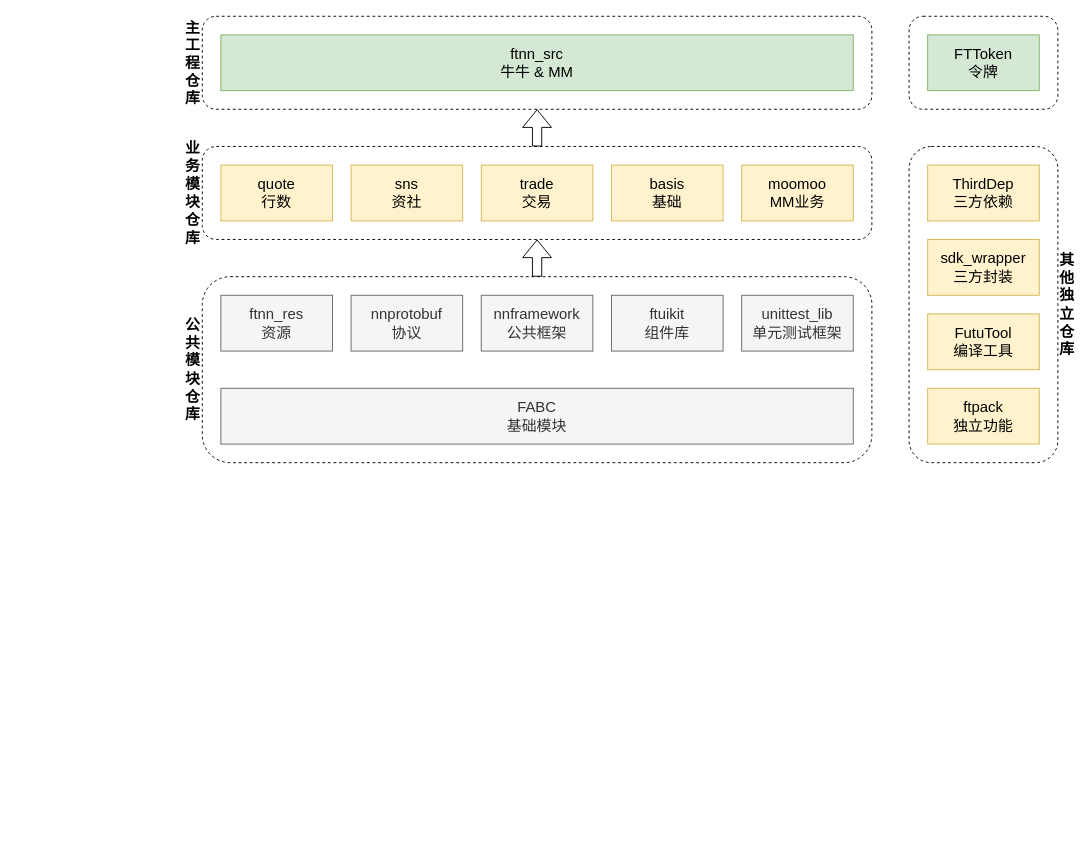
Before: Android开发流程文档.drawio in Cmdone/Draw.io, a draw.io diagram. Source tidied: cells renumbered, new cells numbered last; positions are measured from the earlier drawing's top-left corner, leaving out a move shared by most shapes. Both pictures are drawn from the tidied source at 93%, with x=0, y=0 at pixel (183, 16).
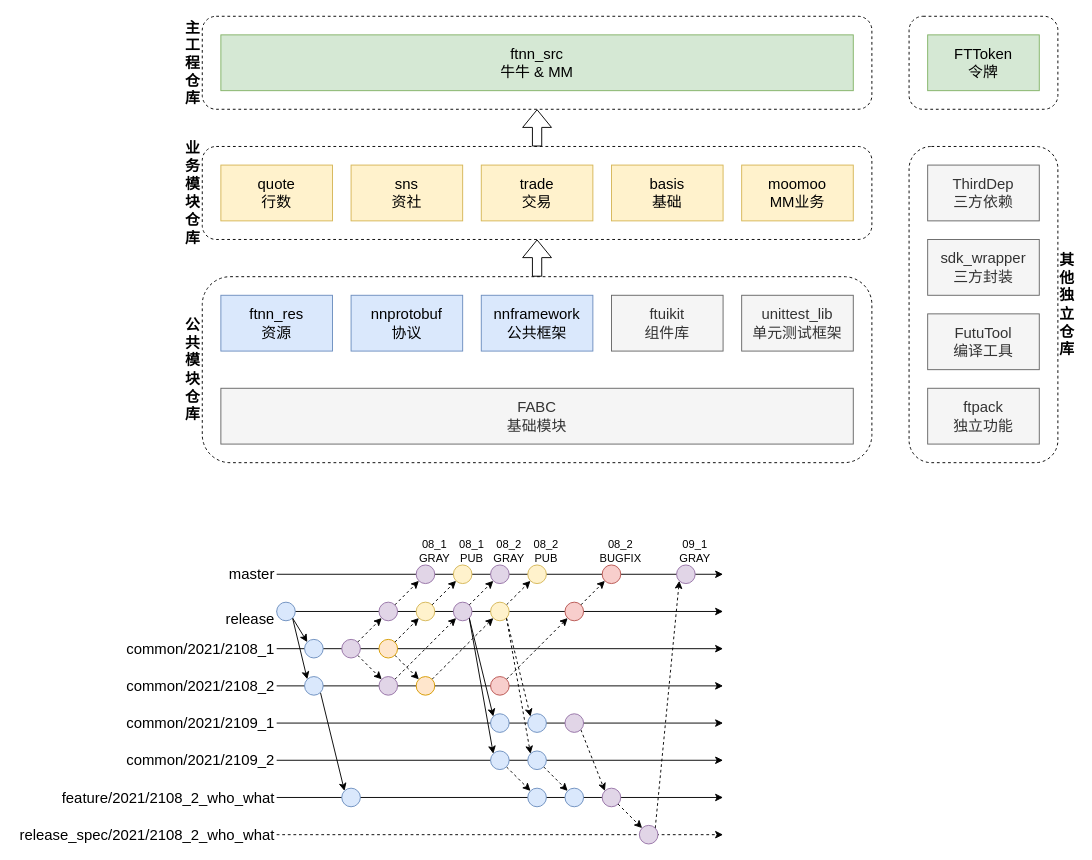
Above is the later version.

Commit message (it also covers changes not shown here):
Update Android开发流程文档.drawio

Diff of the diagram source:
```diff
@@
-    <mxCell id="14" value="ftnn_res&lt;br&gt;资源" style="rounded=0;whiteSpace=wrap;html=1;fontSize=16;fillColor=#f5f5f5;align=center;strokeColor=#666666;fontColor=#333333;" parent="1" vertex="1">
+    <mxCell id="14" value="ftnn_res&lt;br&gt;资源" style="rounded=0;whiteSpace=wrap;html=1;fontSize=16;fillColor=#dae8fc;align=center;strokeColor=#6c8ebf;" parent="1" vertex="1">
       <mxGeometry x="40" y="300" width="120" height="60" as="geometry" />
     </mxCell>
-    <mxCell id="15" value="nnprotobuf&lt;br&gt;协议" style="rounded=0;whiteSpace=wrap;html=1;fontSize=16;fillColor=#f5f5f5;align=center;strokeColor=#666666;fontColor=#333333;" parent="1" vertex="1">
+    <mxCell id="15" value="nnprotobuf&lt;br&gt;协议" style="rounded=0;whiteSpace=wrap;html=1;fontSize=16;fillColor=#dae8fc;align=center;strokeColor=#6c8ebf;" parent="1" vertex="1">
       <mxGeometry x="180" y="300" width="120" height="60" as="geometry" />
     </mxCell>
-    <mxCell id="16" value="nnframework&lt;br&gt;公共框架" style="rounded=0;whiteSpace=wrap;html=1;fontSize=16;fillColor=#f5f5f5;align=center;strokeColor=#666666;fontColor=#333333;" parent="1" vertex="1">
+    <mxCell id="16" value="nnframework&lt;br&gt;公共框架" style="rounded=0;whiteSpace=wrap;html=1;fontSize=16;fillColor=#dae8fc;align=center;strokeColor=#6c8ebf;" parent="1" vertex="1">
       <mxGeometry x="320" y="300" width="120" height="60" as="geometry" />
     </mxCell>
@@
-    <mxCell id="25" value="ThirdDep&lt;br&gt;三方依赖" style="rounded=0;whiteSpace=wrap;html=1;fontSize=16;fillColor=#fff2cc;align=center;strokeColor=#d6b656;" parent="1" vertex="1">
+    <mxCell id="25" value="ThirdDep&lt;br&gt;三方依赖" style="rounded=0;whiteSpace=wrap;html=1;fontSize=16;fillColor=#f5f5f5;align=center;strokeColor=#666666;fontColor=#333333;" parent="1" vertex="1">
       <mxGeometry x="800" y="160" width="120" height="60" as="geometry" />
     </mxCell>
-    <mxCell id="26" value="sdk_wrapper&lt;br&gt;三方封装" style="rounded=0;whiteSpace=wrap;html=1;fontSize=16;fillColor=#fff2cc;align=center;strokeColor=#d6b656;" parent="1" vertex="1">
+    <mxCell id="26" value="sdk_wrapper&lt;br&gt;三方封装" style="rounded=0;whiteSpace=wrap;html=1;fontSize=16;fillColor=#f5f5f5;align=center;strokeColor=#666666;fontColor=#333333;" parent="1" vertex="1">
       <mxGeometry x="800" y="240" width="120" height="60" as="geometry" />
     </mxCell>
-    <mxCell id="27" value="FutuTool&lt;br&gt;编译工具" style="rounded=0;whiteSpace=wrap;html=1;fontSize=16;fillColor=#fff2cc;align=center;strokeColor=#d6b656;" parent="1" vertex="1">
+    <mxCell id="27" value="FutuTool&lt;br&gt;编译工具" style="rounded=0;whiteSpace=wrap;html=1;fontSize=16;fillColor=#f5f5f5;align=center;strokeColor=#666666;fontColor=#333333;" parent="1" vertex="1">
       <mxGeometry x="800" y="320" width="120" height="60" as="geometry" />
     </mxCell>
-    <mxCell id="28" value="ftpack&lt;br&gt;独立功能" style="rounded=0;whiteSpace=wrap;html=1;fontSize=16;fillColor=#fff2cc;align=center;strokeColor=#d6b656;" parent="1" vertex="1">
+    <mxCell id="28" value="ftpack&lt;br&gt;独立功能" style="rounded=0;whiteSpace=wrap;html=1;fontSize=16;fillColor=#f5f5f5;align=center;strokeColor=#666666;fontColor=#333333;" parent="1" vertex="1">
       <mxGeometry x="800" y="400" width="120" height="60" as="geometry" />
     </mxCell>
@@
+    <mxCell id="30" style="endArrow=classic;html=1;fontSize=16;" parent="1" edge="1">
+      <mxGeometry relative="1" as="geometry">
+        <mxPoint x="100" y="600" as="sourcePoint" />
+        <mxPoint x="580" y="600" as="targetPoint" />
+      </mxGeometry>
+    </mxCell>
+    <mxCell id="31" value="master" style="text;html=1;strokeColor=none;fillColor=none;align=right;verticalAlign=middle;whiteSpace=wrap;rounded=0;fontSize=16;" parent="1" vertex="1">
+      <mxGeometry x="-20" y="590" width="120" height="20" as="geometry" />
+    </mxCell>
+    <mxCell id="32" value="release" style="text;html=1;strokeColor=none;fillColor=none;align=right;verticalAlign=middle;whiteSpace=wrap;rounded=0;fontSize=16;" parent="1" vertex="1">
+      <mxGeometry x="-20" y="630" width="120" height="35" as="geometry" />
+    </mxCell>
+    <mxCell id="33" style="edgeStyle=none;rounded=0;jettySize=auto;html=1;fontSize=16;" parent="32" edge="1" target="32">
+      <mxGeometry relative="1" as="geometry">
+        <mxPoint x="120" y="28.8" as="sourcePoint" />
+      </mxGeometry>
+    </mxCell>
+    <mxCell id="34" style="endArrow=classic;html=1;fontSize=16;" parent="1" edge="1">
+      <mxGeometry relative="1" as="geometry">
+        <mxPoint x="100" y="640" as="sourcePoint" />
+        <mxPoint x="580" y="640" as="targetPoint" />
+      </mxGeometry>
+    </mxCell>
+    <mxCell id="35" value="release_spec/2021/2108_2_who_what" style="text;html=1;strokeColor=none;fillColor=none;align=right;verticalAlign=middle;whiteSpace=wrap;rounded=0;fontSize=16;" parent="1" vertex="1">
+      <mxGeometry x="-180" y="870" width="280" height="20" as="geometry" />
+    </mxCell>
+    <mxCell id="36" style="endArrow=classic;html=1;fontSize=16;dashed=1;" parent="1" edge="1">
+      <mxGeometry relative="1" as="geometry">
+        <mxPoint x="100" y="880" as="sourcePoint" />
+        <mxPoint x="580" y="880" as="targetPoint" />
+      </mxGeometry>
+    </mxCell>
+    <mxCell id="37" value="common/2021/2108_1" style="text;html=1;strokeColor=none;fillColor=none;align=right;verticalAlign=middle;whiteSpace=wrap;rounded=0;fontSize=16;" parent="1" vertex="1">
+      <mxGeometry x="-100" y="670" width="200" height="20" as="geometry" />
+    </mxCell>
+    <mxCell id="38" style="endArrow=classic;html=1;fontSize=16;" parent="1" edge="1">
+      <mxGeometry relative="1" as="geometry">
+        <mxPoint x="100" y="680" as="sourcePoint" />
+        <mxPoint x="580" y="680" as="targetPoint" />
+      </mxGeometry>
+    </mxCell>
+    <mxCell id="39" value="common/2021/2108_2" style="text;html=1;strokeColor=none;fillColor=none;align=right;verticalAlign=middle;whiteSpace=wrap;rounded=0;fontSize=16;" parent="1" vertex="1">
+      <mxGeometry x="-100" y="710" width="200" height="20" as="geometry" />
+    </mxCell>
+    <mxCell id="40" style="endArrow=classic;html=1;fontSize=16;" parent="1" edge="1">
+      <mxGeometry relative="1" as="geometry">
+        <mxPoint x="100" y="720" as="sourcePoint" />
+        <mxPoint x="580" y="720" as="targetPoint" />
+      </mxGeometry>
+    </mxCell>
+    <mxCell id="41" style="rounded=0;jettySize=auto;html=1;exitX=1;exitY=1;exitDx=0;exitDy=0;entryX=0;entryY=0;entryDx=0;entryDy=0;fontSize=16;" parent="1" edge="1" source="43" target="44">
+      <mxGeometry relative="1" as="geometry" />
+    </mxCell>
+    <mxCell id="42" style="edgeStyle=none;rounded=0;jettySize=auto;html=1;exitX=1;exitY=1;exitDx=0;exitDy=0;entryX=0;entryY=0;entryDx=0;entryDy=0;fontSize=16;" parent="1" edge="1" source="43" target="46">
+      <mxGeometry relative="1" as="geometry" />
+    </mxCell>
+    <mxCell id="43" style="ellipse;whiteSpace=wrap;html=1;fontSize=16;fillColor=#dae8fc;align=right;strokeColor=#6c8ebf;" parent="1" vertex="1">
+      <mxGeometry x="100" y="630" width="20" height="20" as="geometry" />
+    </mxCell>
+    <mxCell id="44" style="ellipse;whiteSpace=wrap;html=1;fontSize=16;fillColor=#dae8fc;align=right;strokeColor=#6c8ebf;" parent="1" vertex="1">
+      <mxGeometry x="130" y="670" width="20" height="20" as="geometry" />
+    </mxCell>
+    <mxCell id="45" style="edgeStyle=none;rounded=0;jettySize=auto;html=1;exitX=1;exitY=1;exitDx=0;exitDy=0;entryX=0;entryY=0;entryDx=0;entryDy=0;fontSize=12;" parent="1" edge="1" source="46" target="92">
+      <mxGeometry relative="1" as="geometry" />
+    </mxCell>
+    <mxCell id="46" style="ellipse;whiteSpace=wrap;html=1;fontSize=16;fillColor=#dae8fc;align=right;strokeColor=#6c8ebf;" parent="1" vertex="1">
+      <mxGeometry x="130" y="710" width="20" height="20" as="geometry" />
+    </mxCell>
+    <mxCell id="47" style="edgeStyle=none;rounded=0;jettySize=auto;html=1;exitX=1;exitY=0;exitDx=0;exitDy=0;entryX=0;entryY=1;entryDx=0;entryDy=0;fontSize=16;dashed=1;" parent="1" edge="1" source="49" target="51">
+      <mxGeometry relative="1" as="geometry" />
+    </mxCell>
+    <mxCell id="48" style="edgeStyle=none;rounded=0;jettySize=auto;html=1;exitX=1;exitY=1;exitDx=0;exitDy=0;entryX=0;entryY=0;entryDx=0;entryDy=0;dashed=1;fontSize=12;" parent="1" edge="1" source="49" target="60">
+      <mxGeometry relative="1" as="geometry" />
+    </mxCell>
+    <mxCell id="49" style="ellipse;whiteSpace=wrap;html=1;fontSize=16;fillColor=#e1d5e7;align=right;strokeColor=#9673a6;" parent="1" vertex="1">
+      <mxGeometry x="170" y="670" width="20" height="20" as="geometry" />
+    </mxCell>
+    <mxCell id="50" style="edgeStyle=none;rounded=0;jettySize=auto;html=1;exitX=1;exitY=0;exitDx=0;exitDy=0;entryX=0;entryY=1;entryDx=0;entryDy=0;fontSize=16;dashed=1;" parent="1" edge="1" source="51" target="57">
+      <mxGeometry relative="1" as="geometry" />
+    </mxCell>
+    <mxCell id="51" style="ellipse;whiteSpace=wrap;html=1;fontSize=16;fillColor=#e1d5e7;align=right;strokeColor=#9673a6;" parent="1" vertex="1">
+      <mxGeometry x="210" y="630" width="20" height="20" as="geometry" />
+    </mxCell>
+    <mxCell id="52" style="edgeStyle=none;rounded=0;jettySize=auto;html=1;exitX=1;exitY=1;exitDx=0;exitDy=0;entryX=0;entryY=0;entryDx=0;entryDy=0;dashed=1;fontSize=12;" parent="1" edge="1" source="53" target="67">
+      <mxGeometry relative="1" as="geometry" />
+    </mxCell>
+    <mxCell id="53" style="ellipse;whiteSpace=wrap;html=1;fontSize=16;fillColor=#ffe6cc;align=right;strokeColor=#d79b00;" parent="1" vertex="1">
+      <mxGeometry x="210" y="670" width="20" height="20" as="geometry" />
+    </mxCell>
+    <mxCell id="54" style="edgeStyle=none;rounded=0;jettySize=auto;html=1;exitX=1;exitY=0;exitDx=0;exitDy=0;entryX=0;entryY=1;entryDx=0;entryDy=0;fontSize=16;dashed=1;" parent="1" edge="1" source="55" target="58">
+      <mxGeometry relative="1" as="geometry" />
+    </mxCell>
+    <mxCell id="55" style="ellipse;whiteSpace=wrap;html=1;fontSize=16;fillColor=#fff2cc;align=right;strokeColor=#d6b656;" parent="1" vertex="1">
+      <mxGeometry x="250" y="630" width="20" height="20" as="geometry" />
+    </mxCell>
+    <mxCell id="56" style="edgeStyle=none;rounded=0;jettySize=auto;html=1;exitX=1;exitY=0;exitDx=0;exitDy=0;entryX=0;entryY=1;entryDx=0;entryDy=0;fontSize=16;dashed=1;" parent="1" edge="1" source="53" target="55">
+      <mxGeometry relative="1" as="geometry" />
+    </mxCell>
+    <mxCell id="57" style="ellipse;whiteSpace=wrap;html=1;fontSize=16;fillColor=#e1d5e7;align=right;strokeColor=#9673a6;" parent="1" vertex="1">
+      <mxGeometry x="250" y="590" width="20" height="20" as="geometry" />
+    </mxCell>
+    <mxCell id="58" style="ellipse;whiteSpace=wrap;html=1;fontSize=16;fillColor=#fff2cc;align=right;strokeColor=#d6b656;" parent="1" vertex="1">
+      <mxGeometry x="290" y="590" width="20" height="20" as="geometry" />
+    </mxCell>
+    <mxCell id="59" style="edgeStyle=none;rounded=0;jettySize=auto;html=1;exitX=1;exitY=0;exitDx=0;exitDy=0;entryX=0;entryY=1;entryDx=0;entryDy=0;fontSize=16;dashed=1;" parent="1" edge="1" source="60" target="64">
+      <mxGeometry relative="1" as="geometry" />
+    </mxCell>
+    <mxCell id="60" style="ellipse;whiteSpace=wrap;html=1;fontSize=16;fillColor=#e1d5e7;align=right;strokeColor=#9673a6;" parent="1" vertex="1">
+      <mxGeometry x="210" y="710" width="20" height="20" as="geometry" />
+    </mxCell>
+    <mxCell id="61" style="edgeStyle=none;rounded=0;jettySize=auto;html=1;exitX=1;exitY=0;exitDx=0;exitDy=0;entryX=0;entryY=1;entryDx=0;entryDy=0;fontSize=16;dashed=1;" parent="1" edge="1" source="64" target="65">
+      <mxGeometry relative="1" as="geometry" />
+    </mxCell>
+    <mxCell id="62" style="edgeStyle=none;rounded=0;jettySize=auto;html=1;exitX=1;exitY=1;exitDx=0;exitDy=0;entryX=0;entryY=0;entryDx=0;entryDy=0;fontSize=16;" parent="1" edge="1" source="64" target="77">
+      <mxGeometry relative="1" as="geometry" />
+    </mxCell>
+    <mxCell id="63" style="edgeStyle=none;rounded=0;jettySize=auto;html=1;exitX=1;exitY=1;exitDx=0;exitDy=0;entryX=0;entryY=0;entryDx=0;entryDy=0;fontSize=16;" parent="1" edge="1" source="64" target="79">
+      <mxGeometry relative="1" as="geometry" />
+    </mxCell>
+    <mxCell id="64" style="ellipse;whiteSpace=wrap;html=1;fontSize=16;fillColor=#e1d5e7;align=right;strokeColor=#9673a6;" parent="1" vertex="1">
+      <mxGeometry x="290" y="630" width="20" height="20" as="geometry" />
+    </mxCell>
+    <mxCell id="65" style="ellipse;whiteSpace=wrap;html=1;fontSize=16;fillColor=#e1d5e7;align=right;strokeColor=#9673a6;" parent="1" vertex="1">
+      <mxGeometry x="330" y="590" width="20" height="20" as="geometry" />
+    </mxCell>
+    <mxCell id="66" style="edgeStyle=none;rounded=0;jettySize=auto;html=1;exitX=1;exitY=0;exitDx=0;exitDy=0;entryX=0;entryY=1;entryDx=0;entryDy=0;fontSize=16;dashed=1;" parent="1" edge="1" source="67" target="71">
+      <mxGeometry relative="1" as="geometry" />
+    </mxCell>
+    <mxCell id="67" style="ellipse;whiteSpace=wrap;html=1;fontSize=16;fillColor=#ffe6cc;align=right;strokeColor=#d79b00;" parent="1" vertex="1">
+      <mxGeometry x="250" y="710" width="20" height="20" as="geometry" />
+    </mxCell>
+    <mxCell id="68" style="edgeStyle=none;rounded=0;jettySize=auto;html=1;exitX=1;exitY=0;exitDx=0;exitDy=0;entryX=0;entryY=1;entryDx=0;entryDy=0;fontSize=16;dashed=1;" parent="1" edge="1" source="71" target="72">
+      <mxGeometry relative="1" as="geometry" />
+    </mxCell>
+    <mxCell id="69" style="edgeStyle=none;rounded=0;jettySize=auto;html=1;exitX=1;exitY=1;exitDx=0;exitDy=0;entryX=0;entryY=0;entryDx=0;entryDy=0;dashed=1;fontSize=12;" parent="1" edge="1" source="71" target="94">
+      <mxGeometry relative="1" as="geometry" />
+    </mxCell>
+    <mxCell id="70" style="edgeStyle=none;rounded=0;jettySize=auto;html=1;exitX=1;exitY=1;exitDx=0;exitDy=0;entryX=0;entryY=0;entryDx=0;entryDy=0;dashed=1;fontSize=12;" parent="1" edge="1" source="71" target="96">
+      <mxGeometry relative="1" as="geometry" />
+    </mxCell>
+    <mxCell id="71" style="ellipse;whiteSpace=wrap;html=1;fontSize=16;fillColor=#fff2cc;align=right;strokeColor=#d6b656;" parent="1" vertex="1">
+      <mxGeometry x="330" y="630" width="20" height="20" as="geometry" />
+    </mxCell>
+    <mxCell id="72" style="ellipse;whiteSpace=wrap;html=1;fontSize=16;fillColor=#fff2cc;align=right;strokeColor=#d6b656;" parent="1" vertex="1">
+      <mxGeometry x="370" y="590" width="20" height="20" as="geometry" />
+    </mxCell>
+    <mxCell id="73" value="common/2021/2109_1" style="text;html=1;strokeColor=none;fillColor=none;align=right;verticalAlign=middle;whiteSpace=wrap;rounded=0;fontSize=16;" parent="1" vertex="1">
+      <mxGeometry x="-100" y="750" width="200" height="20" as="geometry" />
+    </mxCell>
+    <mxCell id="74" value="common/2021/2109_2" style="text;html=1;strokeColor=none;fillColor=none;align=right;verticalAlign=middle;whiteSpace=wrap;rounded=0;fontSize=16;" parent="1" vertex="1">
+      <mxGeometry x="-100" y="790" width="200" height="20" as="geometry" />
+    </mxCell>
+    <mxCell id="75" style="endArrow=classic;html=1;fontSize=16;" parent="1" edge="1">
+      <mxGeometry relative="1" as="geometry">
+        <mxPoint x="100" y="800" as="sourcePoint" />
+        <mxPoint x="580" y="800" as="targetPoint" />
+      </mxGeometry>
+    </mxCell>
+    <mxCell id="76" style="endArrow=classic;html=1;fontSize=16;" parent="1" edge="1">
+      <mxGeometry relative="1" as="geometry">
+        <mxPoint x="100" y="760" as="sourcePoint" />
+        <mxPoint x="580" y="760" as="targetPoint" />
+      </mxGeometry>
+    </mxCell>
+    <mxCell id="77" style="ellipse;whiteSpace=wrap;html=1;fontSize=16;fillColor=#dae8fc;align=right;strokeColor=#6c8ebf;" parent="1" vertex="1">
+      <mxGeometry x="330" y="750" width="20" height="20" as="geometry" />
+    </mxCell>
+    <mxCell id="78" style="edgeStyle=none;rounded=0;jettySize=auto;html=1;exitX=1;exitY=1;exitDx=0;exitDy=0;entryX=0;entryY=0;entryDx=0;entryDy=0;fontSize=12;dashed=1;" parent="1" edge="1" source="79" target="93">
+      <mxGeometry relative="1" as="geometry" />
+    </mxCell>
+    <mxCell id="79" style="ellipse;whiteSpace=wrap;html=1;fontSize=16;fillColor=#dae8fc;align=right;strokeColor=#6c8ebf;" parent="1" vertex="1">
+      <mxGeometry x="330" y="790" width="20" height="20" as="geometry" />
+    </mxCell>
+    <mxCell id="80" style="edgeStyle=none;rounded=0;jettySize=auto;html=1;exitX=1;exitY=0;exitDx=0;exitDy=0;entryX=0;entryY=1;entryDx=0;entryDy=0;fontSize=16;dashed=1;" parent="1" edge="1" source="81" target="83">
+      <mxGeometry relative="1" as="geometry" />
+    </mxCell>
+    <mxCell id="81" style="ellipse;whiteSpace=wrap;html=1;fontSize=16;fillColor=#f8cecc;align=right;strokeColor=#b85450;" parent="1" vertex="1">
+      <mxGeometry x="330" y="710" width="20" height="20" as="geometry" />
+    </mxCell>
+    <mxCell id="82" style="edgeStyle=none;rounded=0;jettySize=auto;html=1;exitX=1;exitY=0;exitDx=0;exitDy=0;entryX=0;entryY=1;entryDx=0;entryDy=0;fontSize=16;dashed=1;" parent="1" edge="1" source="83" target="84">
+      <mxGeometry relative="1" as="geometry" />
+    </mxCell>
+    <mxCell id="83" style="ellipse;whiteSpace=wrap;html=1;fontSize=16;fillColor=#f8cecc;align=right;strokeColor=#b85450;" parent="1" vertex="1">
+      <mxGeometry x="410" y="630" width="20" height="20" as="geometry" />
+    </mxCell>
+    <mxCell id="84" style="ellipse;whiteSpace=wrap;html=1;fontSize=16;fillColor=#f8cecc;align=right;strokeColor=#b85450;" parent="1" vertex="1">
+      <mxGeometry x="450" y="590" width="20" height="20" as="geometry" />
+    </mxCell>
+    <mxCell id="85" value="08_1&lt;br style=&quot;font-size: 12px;&quot;&gt;GRAY" style="text;html=1;strokeColor=none;fillColor=none;align=center;verticalAlign=middle;whiteSpace=wrap;rounded=0;fontSize=12;" parent="1" vertex="1">
+      <mxGeometry x="250" y="560" width="40" height="30" as="geometry" />
+    </mxCell>
+    <mxCell id="86" value="08_1&lt;br style=&quot;font-size: 12px;&quot;&gt;PUB" style="text;html=1;strokeColor=none;fillColor=none;align=center;verticalAlign=middle;whiteSpace=wrap;rounded=0;fontSize=12;" parent="1" vertex="1">
+      <mxGeometry x="290" y="560" width="40" height="30" as="geometry" />
+    </mxCell>
+    <mxCell id="87" value="08_2&lt;br style=&quot;font-size: 12px;&quot;&gt;GRAY" style="text;html=1;strokeColor=none;fillColor=none;align=center;verticalAlign=middle;whiteSpace=wrap;rounded=0;fontSize=12;" parent="1" vertex="1">
+      <mxGeometry x="330" y="560" width="40" height="30" as="geometry" />
+    </mxCell>
+    <mxCell id="88" value="08_2&lt;br style=&quot;font-size: 12px;&quot;&gt;PUB" style="text;html=1;strokeColor=none;fillColor=none;align=center;verticalAlign=middle;whiteSpace=wrap;rounded=0;fontSize=12;" parent="1" vertex="1">
+      <mxGeometry x="370" y="560" width="40" height="30" as="geometry" />
+    </mxCell>
+    <mxCell id="89" value="08_2&lt;br style=&quot;font-size: 12px;&quot;&gt;BUGFIX" style="text;html=1;strokeColor=none;fillColor=none;align=center;verticalAlign=middle;whiteSpace=wrap;rounded=0;fontSize=12;" parent="1" vertex="1">
+      <mxGeometry x="450" y="560" width="40" height="30" as="geometry" />
+    </mxCell>
+    <mxCell id="90" value="feature/2021/2108_2_who_what" style="text;html=1;strokeColor=none;fillColor=none;align=right;verticalAlign=middle;whiteSpace=wrap;rounded=0;fontSize=16;" parent="1" vertex="1">
+      <mxGeometry x="-140" y="830" width="240" height="20" as="geometry" />
+    </mxCell>
+    <mxCell id="91" style="endArrow=classic;html=1;fontSize=16;" parent="1" edge="1">
+      <mxGeometry relative="1" as="geometry">
+        <mxPoint x="100" y="840" as="sourcePoint" />
+        <mxPoint x="580" y="840" as="targetPoint" />
+      </mxGeometry>
+    </mxCell>
+    <mxCell id="92" style="ellipse;whiteSpace=wrap;html=1;fontSize=16;fillColor=#dae8fc;align=right;strokeColor=#6c8ebf;" parent="1" vertex="1">
+      <mxGeometry x="170" y="830" width="20" height="20" as="geometry" />
+    </mxCell>
+    <mxCell id="93" style="ellipse;whiteSpace=wrap;html=1;fontSize=16;fillColor=#dae8fc;align=right;strokeColor=#6c8ebf;" parent="1" vertex="1">
+      <mxGeometry x="370" y="830" width="20" height="20" as="geometry" />
+    </mxCell>
+    <mxCell id="94" style="ellipse;whiteSpace=wrap;html=1;fontSize=16;fillColor=#dae8fc;align=right;strokeColor=#6c8ebf;" parent="1" vertex="1">
+      <mxGeometry x="370" y="750" width="20" height="20" as="geometry" />
+    </mxCell>
+    <mxCell id="95" style="edgeStyle=none;rounded=0;jettySize=auto;html=1;exitX=1;exitY=1;exitDx=0;exitDy=0;entryX=0;entryY=0;entryDx=0;entryDy=0;dashed=1;fontSize=12;" parent="1" edge="1" source="96" target="97">
+      <mxGeometry relative="1" as="geometry" />
+    </mxCell>
+    <mxCell id="96" style="ellipse;whiteSpace=wrap;html=1;fontSize=16;fillColor=#dae8fc;align=right;strokeColor=#6c8ebf;" parent="1" vertex="1">
+      <mxGeometry x="370" y="790" width="20" height="20" as="geometry" />
+    </mxCell>
+    <mxCell id="97" style="ellipse;whiteSpace=wrap;html=1;fontSize=16;fillColor=#dae8fc;align=right;strokeColor=#6c8ebf;" parent="1" vertex="1">
+      <mxGeometry x="410" y="830" width="20" height="20" as="geometry" />
+    </mxCell>
+    <mxCell id="98" style="edgeStyle=none;rounded=0;jettySize=auto;html=1;exitX=1;exitY=1;exitDx=0;exitDy=0;entryX=0;entryY=0;entryDx=0;entryDy=0;dashed=1;fontSize=12;" parent="1" edge="1" source="99" target="101">
+      <mxGeometry relative="1" as="geometry" />
+    </mxCell>
+    <mxCell id="99" style="ellipse;whiteSpace=wrap;html=1;fontSize=16;fillColor=#e1d5e7;align=right;strokeColor=#9673a6;" parent="1" vertex="1">
+      <mxGeometry x="410" y="750" width="20" height="20" as="geometry" />
+    </mxCell>
+    <mxCell id="100" style="edgeStyle=none;rounded=0;jettySize=auto;html=1;exitX=1;exitY=1;exitDx=0;exitDy=0;entryX=0;entryY=0;entryDx=0;entryDy=0;dashed=1;fontSize=12;" parent="1" edge="1" source="101" target="103">
+      <mxGeometry relative="1" as="geometry" />
+    </mxCell>
+    <mxCell id="101" style="ellipse;whiteSpace=wrap;html=1;fontSize=16;fillColor=#e1d5e7;align=right;strokeColor=#9673a6;" parent="1" vertex="1">
+      <mxGeometry x="450" y="830" width="20" height="20" as="geometry" />
+    </mxCell>
+    <mxCell id="102" style="edgeStyle=none;rounded=0;jettySize=auto;html=1;exitX=1;exitY=0;exitDx=0;exitDy=0;entryX=0;entryY=1;entryDx=0;entryDy=0;dashed=1;fontSize=12;" parent="1" edge="1" source="103" target="104">
+      <mxGeometry relative="1" as="geometry" />
+    </mxCell>
+    <mxCell id="103" style="ellipse;whiteSpace=wrap;html=1;fontSize=16;fillColor=#e1d5e7;align=right;strokeColor=#9673a6;" parent="1" vertex="1">
+      <mxGeometry x="490" y="870" width="20" height="20" as="geometry" />
+    </mxCell>
+    <mxCell id="104" style="ellipse;whiteSpace=wrap;html=1;fontSize=16;fillColor=#e1d5e7;align=right;strokeColor=#9673a6;" parent="1" vertex="1">
+      <mxGeometry x="530" y="590" width="20" height="20" as="geometry" />
+    </mxCell>
+    <mxCell id="105" value="09_1&lt;br&gt;GRAY" style="text;html=1;strokeColor=none;fillColor=none;align=center;verticalAlign=middle;whiteSpace=wrap;rounded=0;fontSize=12;" parent="1" vertex="1">
+      <mxGeometry x="530" y="560" width="40" height="30" as="geometry" />
+    </mxCell>
```
